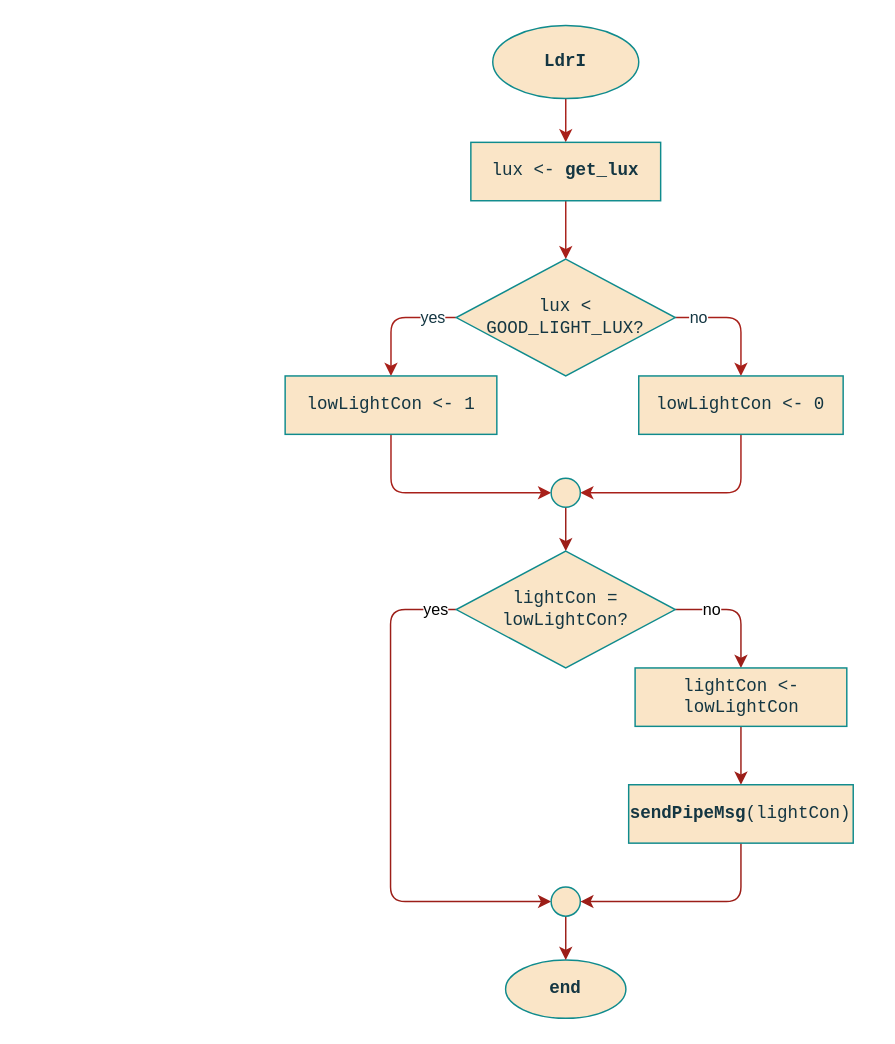
Earlier version of the draw.io diagram page "LDR" (2 of 3) of project/report/flowcharts/Sensors.drawio (ESRGgroup9/slipad). Source tidied: cells renumbered, new cells numbered last; positions are measured from the earlier drawing's top-left corner, leaving out a move shared by most shapes. Both pictures are drawn from the tidied source at 146%, with x=0, y=0 at pixel (25, 25).
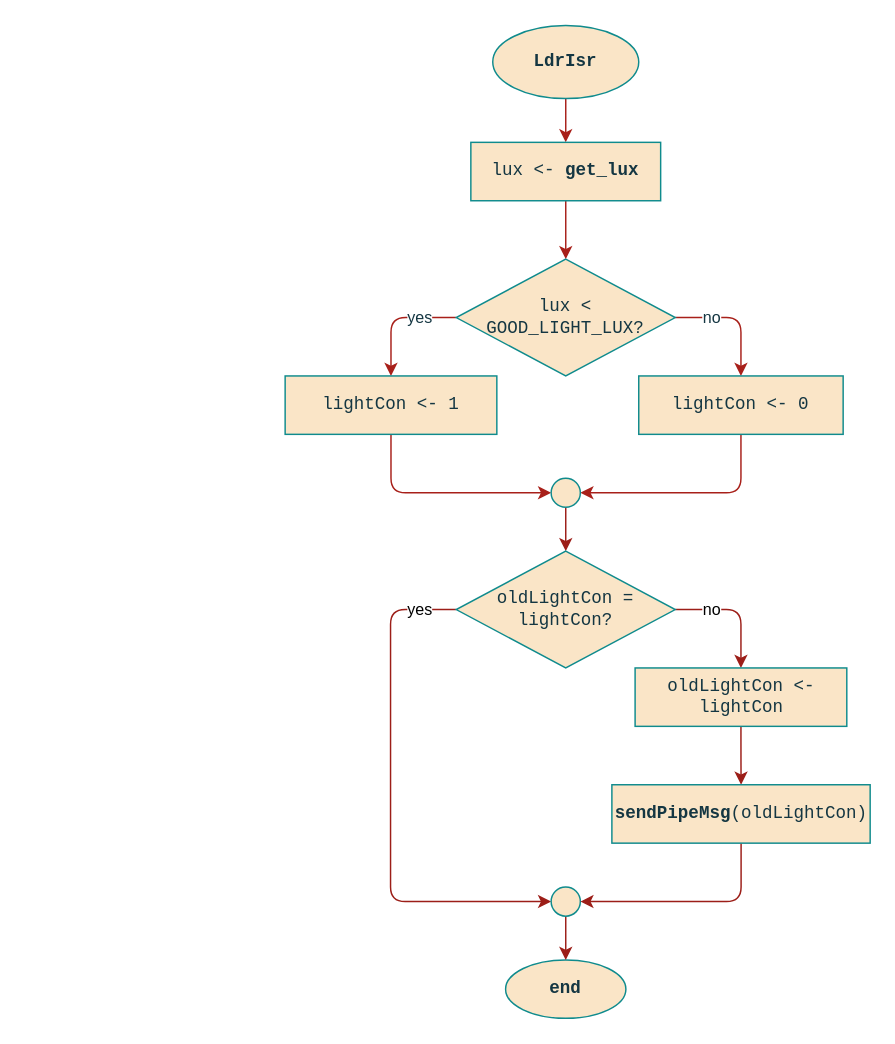
The same diagram, later.

The change refers to these unchanged cells:
```xml
<mxCell id="9" value="&lt;div&gt;lux &amp;lt; &lt;br&gt;&lt;/div&gt;&lt;div&gt;GOOD_LIGHT_LUX?&lt;/div&gt;" style="rhombus;whiteSpace=wrap;html=1;rounded=0;sketch=0;fontColor=#143642;strokeColor=#0F8B8D;fillColor=#FAE5C7;fontFamily=Courier New;" parent="1" vertex="1">
  <mxGeometry x="295" y="160" width="150" height="80" as="geometry" />
</mxCell>
<mxCell id="21" style="ellipse;whiteSpace=wrap;html=1;rounded=0;sketch=0;fontColor=#143642;strokeColor=#0F8B8D;fillColor=#FAE5C7;" parent="1" vertex="1">
  <mxGeometry x="360" y="590" width="20" height="20" as="geometry" />
</mxCell>
```

Change to the diagram source:
```diff
@@
-    <mxCell id="3" value="&lt;b&gt;LdrI&lt;/b&gt;" style="ellipse;whiteSpace=wrap;html=1;fontFamily=Courier New;fillColor=#FAE5C7;strokeColor=#0F8B8D;fontColor=#143642;" parent="1" vertex="1">
+    <mxCell id="3" value="&lt;b&gt;LdrIsr&lt;/b&gt;" style="ellipse;whiteSpace=wrap;html=1;fontFamily=Courier New;fillColor=#FAE5C7;strokeColor=#0F8B8D;fontColor=#143642;" parent="1" vertex="1">
       <mxGeometry x="320" width="100" height="50" as="geometry" />
     </mxCell>
@@
     <mxCell id="7" value="yes" style="edgeStyle=orthogonalEdgeStyle;curved=0;rounded=1;sketch=0;jettySize=auto;html=1;exitX=0;exitY=0.5;exitDx=0;exitDy=0;fontColor=#143642;strokeColor=#A8201A;fillColor=#FAE5C7;" parent="1" edge="1" source="9" target="11">
-      <mxGeometry x="-0.63" relative="1" as="geometry" />
+      <mxGeometry x="-0.41" relative="1" as="geometry" />
     </mxCell>
     <mxCell id="8" value="no" style="edgeStyle=orthogonalEdgeStyle;curved=0;rounded=1;sketch=0;jettySize=auto;html=1;exitX=1;exitY=0.5;exitDx=0;exitDy=0;entryX=0.5;entryY=0;entryDx=0;entryDy=0;fontColor=#143642;strokeColor=#A8201A;fillColor=#FAE5C7;" parent="1" edge="1" source="9" target="13">
-      <mxGeometry x="-0.62" relative="1" as="geometry" />
+      <mxGeometry x="-0.41" relative="1" as="geometry" />
     </mxCell>
@@
-    <mxCell id="11" value="lowLightCon &amp;lt;- 1" style="rounded=0;whiteSpace=wrap;html=1;sketch=0;fontColor=#143642;strokeColor=#0F8B8D;fillColor=#FAE5C7;fontFamily=Courier New;" parent="1" vertex="1">
+    <mxCell id="11" value="lightCon &amp;lt;- 1" style="rounded=0;whiteSpace=wrap;html=1;sketch=0;fontColor=#143642;strokeColor=#0F8B8D;fillColor=#FAE5C7;fontFamily=Courier New;" parent="1" vertex="1">
       <mxGeometry x="177.8" y="240" width="145" height="40" as="geometry" />
     </mxCell>
@@
-    <mxCell id="13" value="lowLightCon &amp;lt;- 0" style="rounded=0;whiteSpace=wrap;html=1;sketch=0;fontColor=#143642;strokeColor=#0F8B8D;fillColor=#FAE5C7;fontFamily=Courier New;" parent="1" vertex="1">
+    <mxCell id="13" value="lightCon &amp;lt;- 0" style="rounded=0;whiteSpace=wrap;html=1;sketch=0;fontColor=#143642;strokeColor=#0F8B8D;fillColor=#FAE5C7;fontFamily=Courier New;" parent="1" vertex="1">
       <mxGeometry x="420" y="240" width="140" height="40" as="geometry" />
     </mxCell>
@@
     <mxCell id="18" value="yes" style="edgeStyle=orthogonalEdgeStyle;rounded=1;jettySize=auto;html=1;entryX=0;entryY=0.5;entryDx=0;entryDy=0;strokeColor=#9C1E18;" parent="1" edge="1" source="19" target="21">
-      <mxGeometry x="-0.92" relative="1" as="geometry">
+      <mxGeometry x="-0.86" relative="1" as="geometry">
         <Array as="points">
           <mxPoint x="250" y="400" />
           <mxPoint x="250" y="600" />
         </Array>
       </mxGeometry>
     </mxCell>
-    <mxCell id="19" value="&lt;div&gt;lightCon =&lt;/div&gt;&lt;div&gt;lowLightCon?&lt;/div&gt;" style="rhombus;whiteSpace=wrap;html=1;rounded=0;sketch=0;fontColor=#143642;strokeColor=#0F8B8D;fillColor=#FAE5C7;fontFamily=Courier New;" parent="1" vertex="1">
+    <mxCell id="19" value="&lt;div&gt;oldLightCon =&lt;/div&gt;&lt;div&gt;lightCon?&lt;/div&gt;" style="rhombus;whiteSpace=wrap;html=1;rounded=0;sketch=0;fontColor=#143642;strokeColor=#0F8B8D;fillColor=#FAE5C7;fontFamily=Courier New;" parent="1" vertex="1">
       <mxGeometry x="295" y="360" width="150" height="80" as="geometry" />
     </mxCell>
@@
-    <mxCell id="23" value="lightCon &amp;lt;- lowLightCon" style="rounded=0;whiteSpace=wrap;html=1;sketch=0;fontColor=#143642;strokeColor=#0F8B8D;fillColor=#FAE5C7;fontFamily=Courier New;" parent="1" vertex="1">
+    <mxCell id="23" value="oldLightCon &amp;lt;- lightCon" style="rounded=0;whiteSpace=wrap;html=1;sketch=0;fontColor=#143642;strokeColor=#0F8B8D;fillColor=#FAE5C7;fontFamily=Courier New;" parent="1" vertex="1">
       <mxGeometry x="417.5" y="440" width="145" height="40" as="geometry" />
     </mxCell>
@@
-    <mxCell id="25" value="&lt;b&gt;sendPipeMsg&lt;/b&gt;(lightCon)" style="rounded=0;whiteSpace=wrap;html=1;sketch=0;fontColor=#143642;strokeColor=#0F8B8D;fillColor=#FAE5C7;fontFamily=Courier New;" parent="1" vertex="1">
-      <mxGeometry x="413.1" y="520" width="153.8" height="40" as="geometry" />
+    <mxCell id="25" value="&lt;b&gt;sendPipeMsg&lt;/b&gt;(oldLightCon)" style="rounded=0;whiteSpace=wrap;html=1;sketch=0;fontColor=#143642;strokeColor=#0F8B8D;fillColor=#FAE5C7;fontFamily=Courier New;" parent="1" vertex="1">
+      <mxGeometry x="401.6" y="520" width="176.9" height="40" as="geometry" />
     </mxCell>
```
